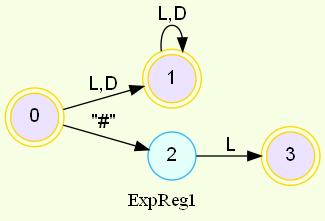
Above: AFD_202000119/ExpReg1.png in SergieArizandieta/OLC1-P1-202000119 (Graphviz), before the change. Its source is kept beside it as AFD_202000119/ExpReg1.dot. Source of this version:
```dot
digraph finite_state_machine {
	bgcolor = "#F6FFE3"
	node [fontname="Helvetica,Arial,sans-serif" ]
	edge [fontname="Helvetica,Arial,sans-serif"]
	rankdir=LR;
	node [shape = doublecircle, color = gold fillcolor="#EBE3FF" style =filled];0,1,3;
	node [shape = circle, color = "#2CB5FF" fillcolor="#E3FFFA" style =filled];

0->1[label = "L,D"];
0->2[label = "\"#\""];
1->1[label = "L,D"];
2->3[label = "L"];
label= ExpReg1}
```
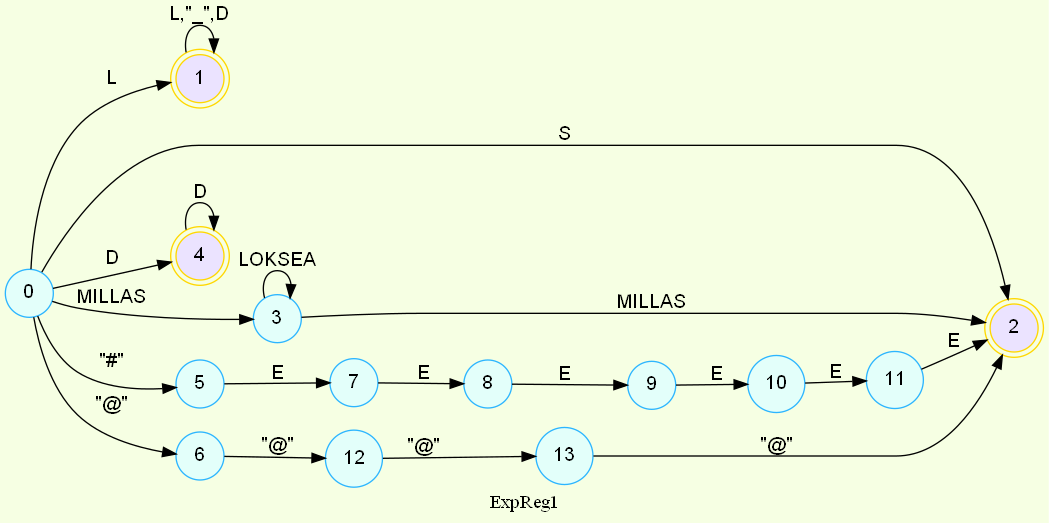
After the commit.

Change to the diagram source:
```diff
@@ -3,11 +3,26 @@
 	node [fontname="Helvetica,Arial,sans-serif" ]
 	edge [fontname="Helvetica,Arial,sans-serif"]
 	rankdir=LR;
-	node [shape = doublecircle, color = gold fillcolor="#EBE3FF" style =filled];0,1,3;
+	node [shape = doublecircle, color = gold fillcolor="#EBE3FF" style =filled];1,2,4;
 	node [shape = circle, color = "#2CB5FF" fillcolor="#E3FFFA" style =filled];
 
-0->1[label = "L,D"];
-0->2[label = "\"#\""];
-1->1[label = "L,D"];
-2->3[label = "L"];
+0->1[label = "L"];
+0->2[label = "S"];
+0->3[label = "MILLAS"];
+0->4[label = "D"];
+0->5[label = "\"#\""];
+0->6[label = "\"@\""];
+1->1[label = "L,\"_\",D"];
+3->3[label = "LOKSEA"];
+3->2[label = "MILLAS"];
+4->4[label = "D"];
+5->7[label = "E"];
+7->8[label = "E"];
+8->9[label = "E"];
+9->10[label = "E"];
+10->11[label = "E"];
+11->2[label = "E"];
+6->12[label = "\"@\""];
+12->13[label = "\"@\""];
+13->2[label = "\"@\""];
 label= ExpReg1}
```
